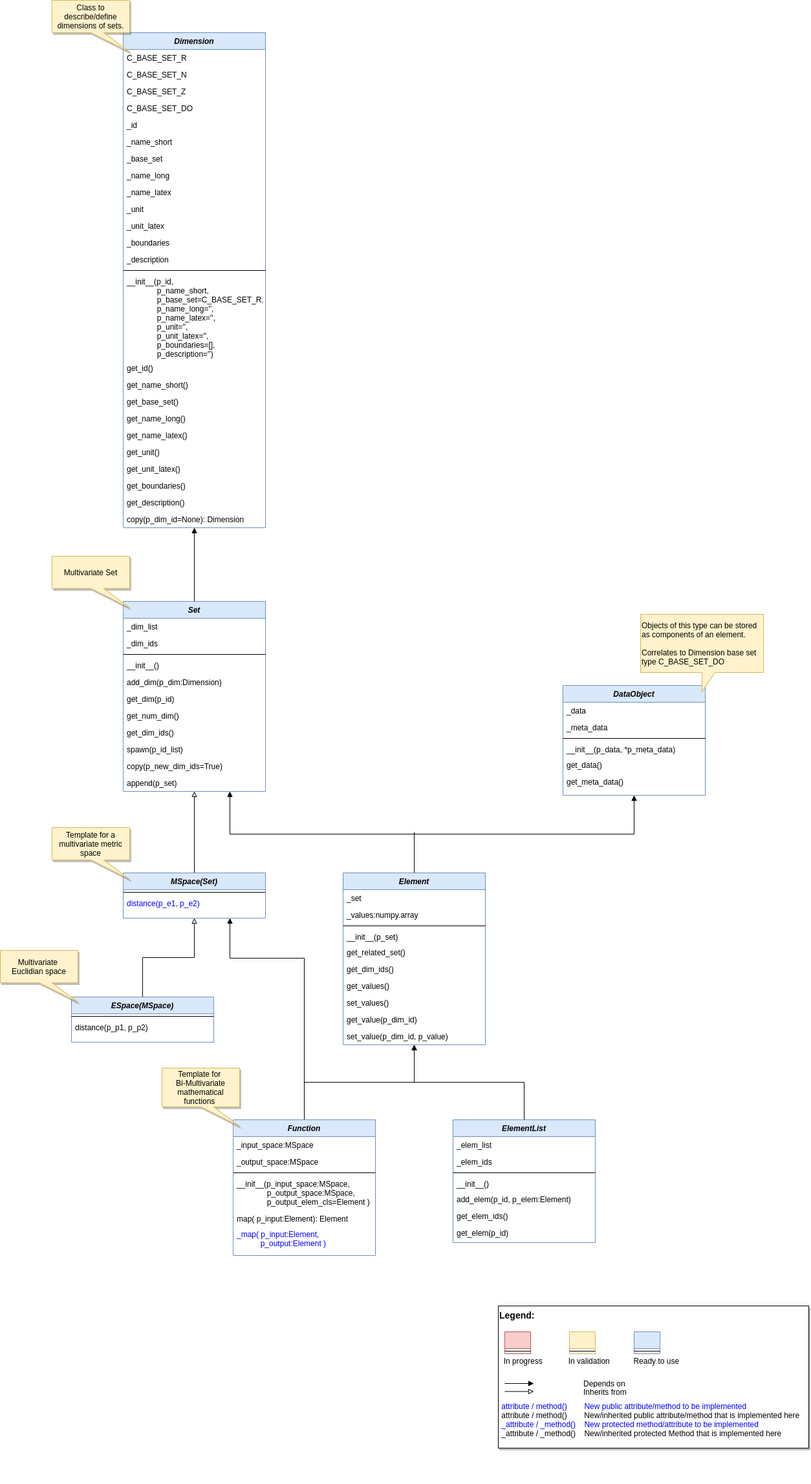
The draw.io diagram doc/rtd/content/append2/core/images/bf/MLPro-BF-Math_class_diagram.png in fhswf/MLPro, before a commit. Source tidied: cells renumbered, new cells last; positions are measured from the earlier drawing's top-left corner, leaving out a move shared by most shapes.
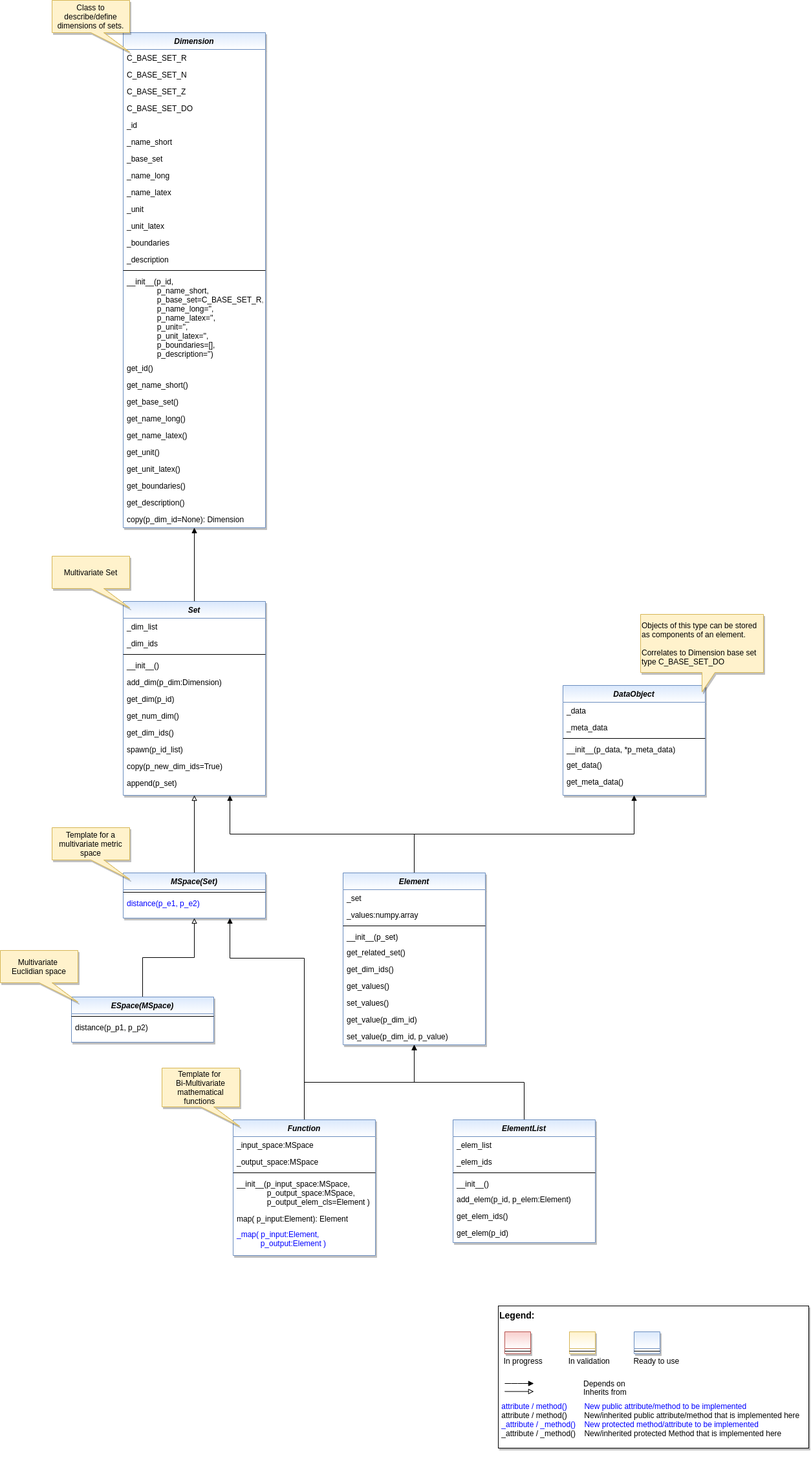
Later version of the same file.

Commit message:
Added class diag for mathematics

Change to the diagram source:
```diff
@@ -5,8 +5,8 @@
     <mxCell id="2" style="edgeStyle=orthogonalEdgeStyle;rounded=0;jettySize=auto;html=1;entryX=0.5;entryY=1;entryDx=0;entryDy=0;endArrow=block;endFill=1;" parent="1" edge="1" source="3" target="15">
       <mxGeometry relative="1" as="geometry" />
     </mxCell>
-    <mxCell id="3" value="Set" style="swimlane;fontStyle=3;align=center;verticalAlign=top;horizontal=1;startSize=26;rounded=0;shadow=0;strokeWidth=1;fillColor=#dae8fc;strokeColor=#6c8ebf;" parent="1" vertex="1">
-      <mxGeometry x="190" y="930" width="220" height="294" as="geometry" />
+    <mxCell id="3" value="Set" style="swimlane;fontStyle=3;align=center;verticalAlign=top;horizontal=1;startSize=26;rounded=0;shadow=1;strokeWidth=1;fillColor=#dae8fc;strokeColor=#6c8ebf;gradientColor=#ffffff;swimlaneFillColor=#ffffff;" parent="1" vertex="1">
+      <mxGeometry x="190" y="930" width="220" height="300" as="geometry" />
     </mxCell>
     <mxCell id="4" value="_dim_list" style="text;align=left;verticalAlign=top;spacingLeft=4;spacingRight=4;overflow=hidden;" parent="3" vertex="1">
       <mxGeometry y="26" width="220" height="26" as="geometry" />
@@ -41,7 +41,7 @@
     <mxCell id="14" value="append(p_set)" style="text;align=left;verticalAlign=top;spacingLeft=4;spacingRight=4;overflow=hidden;" parent="3" vertex="1">
       <mxGeometry y="268" width="220" height="26" as="geometry" />
     </mxCell>
-    <mxCell id="15" value="Dimension" style="swimlane;fontStyle=3;align=center;verticalAlign=top;horizontal=1;startSize=26;rounded=0;shadow=0;strokeWidth=1;fillColor=#dae8fc;strokeColor=#6c8ebf;glass=0;" parent="1" vertex="1">
+    <mxCell id="15" value="Dimension" style="swimlane;fontStyle=3;align=center;verticalAlign=top;horizontal=1;startSize=26;rounded=0;shadow=1;strokeWidth=1;fillColor=#dae8fc;strokeColor=#6c8ebf;glass=0;gradientColor=#ffffff;swimlaneFillColor=#ffffff;" parent="1" vertex="1">
       <mxGeometry x="190" y="50" width="220" height="766" as="geometry" />
     </mxCell>
     <mxCell id="16" value="C_BASE_SET_R" style="text;align=left;verticalAlign=top;spacingLeft=4;spacingRight=4;overflow=hidden;" parent="15" vertex="1">
@@ -119,15 +119,6 @@
     <mxCell id="40" value="copy(p_dim_id=None): Dimension" style="text;align=left;verticalAlign=top;spacingLeft=4;spacingRight=4;overflow=hidden;" parent="15" vertex="1">
       <mxGeometry y="740" width="220" height="26" as="geometry" />
     </mxCell>
-    <mxCell id="41" style="edgeStyle=orthogonalEdgeStyle;rounded=0;jettySize=auto;html=1;endArrow=block;endFill=1;" parent="1" edge="1" target="3">
-      <mxGeometry relative="1" as="geometry">
-        <mxPoint x="640" y="1287" as="sourcePoint" />
-        <Array as="points">
-          <mxPoint x="640" y="1290" />
-          <mxPoint x="355" y="1290" />
-        </Array>
-      </mxGeometry>
-    </mxCell>
     <mxCell id="42" style="edgeStyle=orthogonalEdgeStyle;rounded=0;jettySize=auto;html=1;exitX=0.5;exitY=0;exitDx=0;exitDy=0;endArrow=block;endFill=1;" parent="1" edge="1" source="64" target="45">
       <mxGeometry relative="1" as="geometry">
         <Array as="points">
@@ -142,7 +133,7 @@
     <mxCell id="44" value="Multivariate Set" style="shape=callout;whiteSpace=wrap;html=1;perimeter=calloutPerimeter;fillColor=#fff2cc;strokeColor=#d6b656;shadow=1;position2=1;" parent="1" vertex="1">
       <mxGeometry x="80" y="860" width="120" height="80" as="geometry" />
     </mxCell>
-    <mxCell id="45" value="DataObject" style="swimlane;fontStyle=3;align=center;verticalAlign=top;horizontal=1;startSize=26;rounded=0;shadow=0;strokeWidth=1;fillColor=#dae8fc;strokeColor=#6c8ebf;" parent="1" vertex="1">
+    <mxCell id="45" value="DataObject" style="swimlane;fontStyle=3;align=center;verticalAlign=top;horizontal=1;startSize=26;rounded=0;shadow=1;strokeWidth=1;fillColor=#dae8fc;strokeColor=#6c8ebf;gradientColor=#ffffff;swimlaneFillColor=#ffffff;" parent="1" vertex="1">
       <mxGeometry x="870" y="1060" width="220" height="170" as="geometry" />
     </mxCell>
     <mxCell id="46" value="_data" style="text;align=left;verticalAlign=top;spacingLeft=4;spacingRight=4;overflow=hidden;" parent="45" vertex="1">
@@ -163,7 +154,7 @@
     <mxCell id="51" value="get_meta_data()" style="text;align=left;verticalAlign=top;spacingLeft=4;spacingRight=4;overflow=hidden;" parent="45" vertex="1">
       <mxGeometry y="136" width="220" height="26" as="geometry" />
     </mxCell>
-    <mxCell id="52" value="Objects of this type can be stored as components of an element.&lt;br&gt;&lt;br&gt;Correlates to Dimension base set type C_BASE_SET_DO" style="shape=callout;whiteSpace=wrap;html=1;perimeter=calloutPerimeter;fillColor=#fff2cc;strokeColor=#d6b656;align=left;" parent="1" vertex="1">
+    <mxCell id="52" value="Objects of this type can be stored as components of an element.&lt;br&gt;&lt;br&gt;Correlates to Dimension base set type C_BASE_SET_DO" style="shape=callout;whiteSpace=wrap;html=1;perimeter=calloutPerimeter;fillColor=#fff2cc;strokeColor=#d6b656;align=left;shadow=1;" parent="1" vertex="1">
       <mxGeometry x="990" y="950" width="190" height="120" as="geometry" />
     </mxCell>
     <mxCell id="53" value="Class to describe/define dimensions of sets." style="shape=callout;whiteSpace=wrap;html=1;perimeter=calloutPerimeter;fillColor=#fff2cc;strokeColor=#d6b656;shadow=1;position2=1;" parent="1" vertex="1">
@@ -192,25 +183,33 @@
         <mxPoint x="98" y="1" as="offset" />
       </mxGeometry>
     </mxCell>
-    <mxCell id="58" style="swimlane;fontStyle=3;align=center;verticalAlign=top;horizontal=1;startSize=26;rounded=0;shadow=0;strokeWidth=1;fillColor=#f8cecc;strokeColor=#b85450;" parent="54" vertex="1">
+    <mxCell id="58" style="swimlane;fontStyle=3;align=center;verticalAlign=top;horizontal=1;startSize=26;rounded=0;shadow=1;strokeWidth=1;fillColor=#f8cecc;strokeColor=#b85450;gradientColor=#ffffff;swimlaneFillColor=#ffffff;" parent="54" vertex="1">
       <mxGeometry x="10" y="40" width="40" height="34" as="geometry" />
     </mxCell>
     <mxCell id="59" style="line;html=1;strokeWidth=1;align=left;verticalAlign=middle;spacingTop=-1;spacingLeft=3;spacingRight=3;labelPosition=right;" parent="58" vertex="1">
       <mxGeometry y="26" width="40" height="8" as="geometry" />
     </mxCell>
-    <mxCell id="60" style="swimlane;fontStyle=3;align=center;verticalAlign=top;horizontal=1;startSize=26;rounded=0;shadow=0;strokeWidth=1;fillColor=#fff2cc;strokeColor=#d6b656;" parent="54" vertex="1">
+    <mxCell id="60" style="swimlane;fontStyle=3;align=center;verticalAlign=top;horizontal=1;startSize=26;rounded=0;shadow=1;strokeWidth=1;fillColor=#fff2cc;strokeColor=#d6b656;gradientColor=#ffffff;swimlaneFillColor=#ffffff;" parent="54" vertex="1">
       <mxGeometry x="110" y="40" width="40" height="34" as="geometry" />
     </mxCell>
     <mxCell id="61" style="line;html=1;strokeWidth=1;align=left;verticalAlign=middle;spacingTop=-1;spacingLeft=3;spacingRight=3;labelPosition=right;" parent="60" vertex="1">
       <mxGeometry y="26" width="40" height="8" as="geometry" />
     </mxCell>
-    <mxCell id="62" style="swimlane;fontStyle=3;align=center;verticalAlign=top;horizontal=1;startSize=26;rounded=0;shadow=0;strokeWidth=1;fillColor=#dae8fc;strokeColor=#6c8ebf;" parent="54" vertex="1">
+    <mxCell id="62" style="swimlane;fontStyle=3;align=center;verticalAlign=top;horizontal=1;startSize=26;rounded=0;shadow=1;strokeWidth=1;fillColor=#dae8fc;strokeColor=#6c8ebf;gradientColor=#ffffff;swimlaneFillColor=#ffffff;" parent="54" vertex="1">
       <mxGeometry x="210" y="40" width="40" height="34" as="geometry" />
     </mxCell>
     <mxCell id="63" style="line;html=1;strokeWidth=1;align=left;verticalAlign=middle;spacingTop=-1;spacingLeft=3;spacingRight=3;labelPosition=right;" parent="62" vertex="1">
       <mxGeometry y="26" width="40" height="8" as="geometry" />
     </mxCell>
+    <mxCell id="105" style="edgeStyle=orthogonalEdgeStyle;rounded=0;jettySize=auto;html=1;entryX=0.75;entryY=1;entryDx=0;entryDy=0;endArrow=block;endFill=1;" parent="1" edge="1" source="64" target="3">
+      <mxGeometry relative="1" as="geometry">
+        <Array as="points">
+          <mxPoint x="640" y="1290" />
+          <mxPoint x="355" y="1290" />
+        </Array>
+      </mxGeometry>
+    </mxCell>
-    <mxCell id="64" value="Element" style="swimlane;fontStyle=3;align=center;verticalAlign=top;horizontal=1;startSize=26;rounded=0;shadow=0;strokeWidth=1;fillColor=#dae8fc;strokeColor=#6c8ebf;" parent="1" vertex="1">
+    <mxCell id="64" value="Element" style="swimlane;fontStyle=3;align=center;verticalAlign=top;horizontal=1;startSize=26;rounded=0;shadow=1;strokeWidth=1;fillColor=#dae8fc;strokeColor=#6c8ebf;gradientColor=#ffffff;swimlaneFillColor=#ffffff;" parent="1" vertex="1">
       <mxGeometry x="530" y="1350" width="220" height="266" as="geometry" />
     </mxCell>
     <mxCell id="65" value="_set" style="text;align=left;verticalAlign=top;spacingLeft=4;spacingRight=4;overflow=hidden;" parent="64" vertex="1">
@@ -246,7 +245,7 @@
     <mxCell id="75" style="edgeStyle=orthogonalEdgeStyle;rounded=0;jettySize=auto;html=1;entryX=0.5;entryY=1;entryDx=0;entryDy=0;endArrow=block;endFill=0;fontColor=#0000FF;" parent="1" edge="1" source="76" target="79">
       <mxGeometry relative="1" as="geometry" />
     </mxCell>
-    <mxCell id="76" value="ESpace(MSpace)" style="swimlane;fontStyle=3;align=center;verticalAlign=top;horizontal=1;startSize=26;rounded=0;shadow=0;strokeWidth=1;fillColor=#dae8fc;strokeColor=#6c8ebf;" parent="1" vertex="1">
+    <mxCell id="76" value="ESpace(MSpace)" style="swimlane;fontStyle=3;align=center;verticalAlign=top;horizontal=1;startSize=26;rounded=0;shadow=1;strokeWidth=1;fillColor=#dae8fc;strokeColor=#6c8ebf;gradientColor=#ffffff;swimlaneFillColor=#ffffff;" parent="1" vertex="1">
       <mxGeometry x="110" y="1542" width="220" height="70" as="geometry" />
     </mxCell>
     <mxCell id="77" style="line;html=1;strokeWidth=1;align=left;verticalAlign=middle;spacingTop=-1;spacingLeft=3;spacingRight=3;labelPosition=right;" parent="76" vertex="1">
@@ -255,7 +254,7 @@
     <mxCell id="78" value="distance(p_p1, p_p2)" style="text;align=left;verticalAlign=top;spacingLeft=4;spacingRight=4;overflow=hidden;" parent="76" vertex="1">
       <mxGeometry y="34" width="220" height="26" as="geometry" />
     </mxCell>
-    <mxCell id="79" value="MSpace(Set)" style="swimlane;fontStyle=3;align=center;verticalAlign=top;horizontal=1;startSize=26;rounded=0;shadow=0;strokeWidth=1;fillColor=#dae8fc;strokeColor=#6c8ebf;" parent="1" vertex="1">
+    <mxCell id="79" value="MSpace(Set)" style="swimlane;fontStyle=3;align=center;verticalAlign=top;horizontal=1;startSize=26;rounded=0;shadow=1;strokeWidth=1;fillColor=#dae8fc;strokeColor=#6c8ebf;gradientColor=#ffffff;swimlaneFillColor=#ffffff;" parent="1" vertex="1">
       <mxGeometry x="190" y="1350" width="220" height="70" as="geometry" />
     </mxCell>
     <mxCell id="80" style="line;html=1;strokeWidth=1;align=left;verticalAlign=middle;spacingTop=-1;spacingLeft=3;spacingRight=3;labelPosition=right;" parent="79" vertex="1">
@@ -267,7 +266,7 @@
     <mxCell id="82" style="edgeStyle=orthogonalEdgeStyle;rounded=0;jettySize=auto;html=1;entryX=0.5;entryY=1;entryDx=0;entryDy=0;endArrow=block;endFill=1;" parent="1" edge="1" source="83" target="64">
       <mxGeometry relative="1" as="geometry" />
     </mxCell>
-    <mxCell id="83" value="ElementList" style="swimlane;fontStyle=3;align=center;verticalAlign=top;horizontal=1;startSize=26;rounded=0;shadow=0;strokeWidth=1;fillColor=#dae8fc;strokeColor=#6c8ebf;" parent="1" vertex="1">
+    <mxCell id="83" value="ElementList" style="swimlane;fontStyle=3;align=center;verticalAlign=top;horizontal=1;startSize=26;rounded=0;shadow=1;strokeWidth=1;fillColor=#dae8fc;strokeColor=#6c8ebf;gradientColor=#ffffff;swimlaneFillColor=#ffffff;" parent="1" vertex="1">
       <mxGeometry x="700" y="1732" width="220" height="190" as="geometry" />
     </mxCell>
     <mxCell id="84" value="_elem_list" style="text;align=left;verticalAlign=top;spacingLeft=4;spacingRight=4;overflow=hidden;" parent="83" vertex="1">
@@ -302,7 +301,7 @@
         </Array>
       </mxGeometry>
     </mxCell>
-    <mxCell id="93" value="Function" style="swimlane;fontStyle=3;align=center;verticalAlign=top;horizontal=1;startSize=26;rounded=0;shadow=0;strokeWidth=1;fillColor=#dae8fc;strokeColor=#6c8ebf;" parent="1" vertex="1">
+    <mxCell id="93" value="Function" style="swimlane;fontStyle=3;align=center;verticalAlign=top;horizontal=1;startSize=26;rounded=0;shadow=1;strokeWidth=1;fillColor=#dae8fc;strokeColor=#6c8ebf;gradientColor=#ffffff;swimlaneFillColor=#ffffff;" parent="1" vertex="1">
       <mxGeometry x="360" y="1732" width="220" height="210" as="geometry" />
     </mxCell>
     <mxCell id="94" value="_input_space:MSpace" style="text;align=left;verticalAlign=top;spacingLeft=4;spacingRight=4;overflow=hidden;" parent="93" vertex="1">
```
